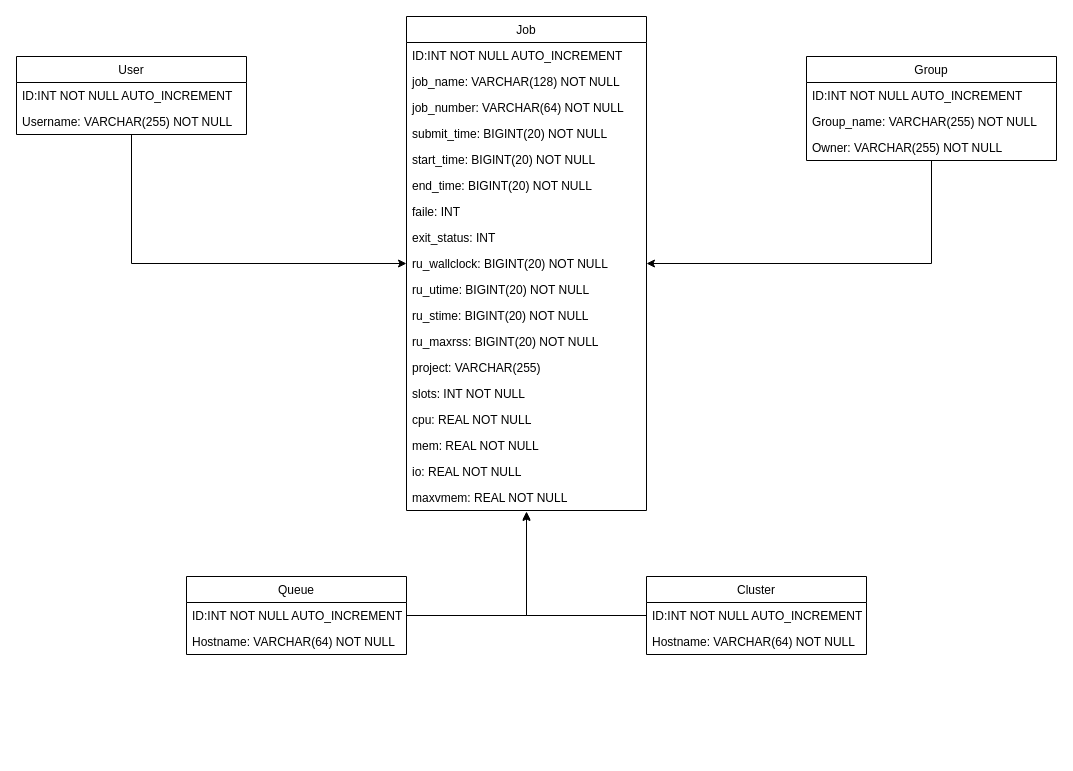
This is Untitled Diagram.drawio from ltaulell/ChartAccounting, a draw.io file, before an edit. Source tidied: cells renumbered, new cells numbered last; positions are measured from the earlier drawing's top-left corner, leaving out a move shared by most shapes. Both pictures are drawn from the tidied source at 100%, with x=0, y=0 at pixel (16, 16).
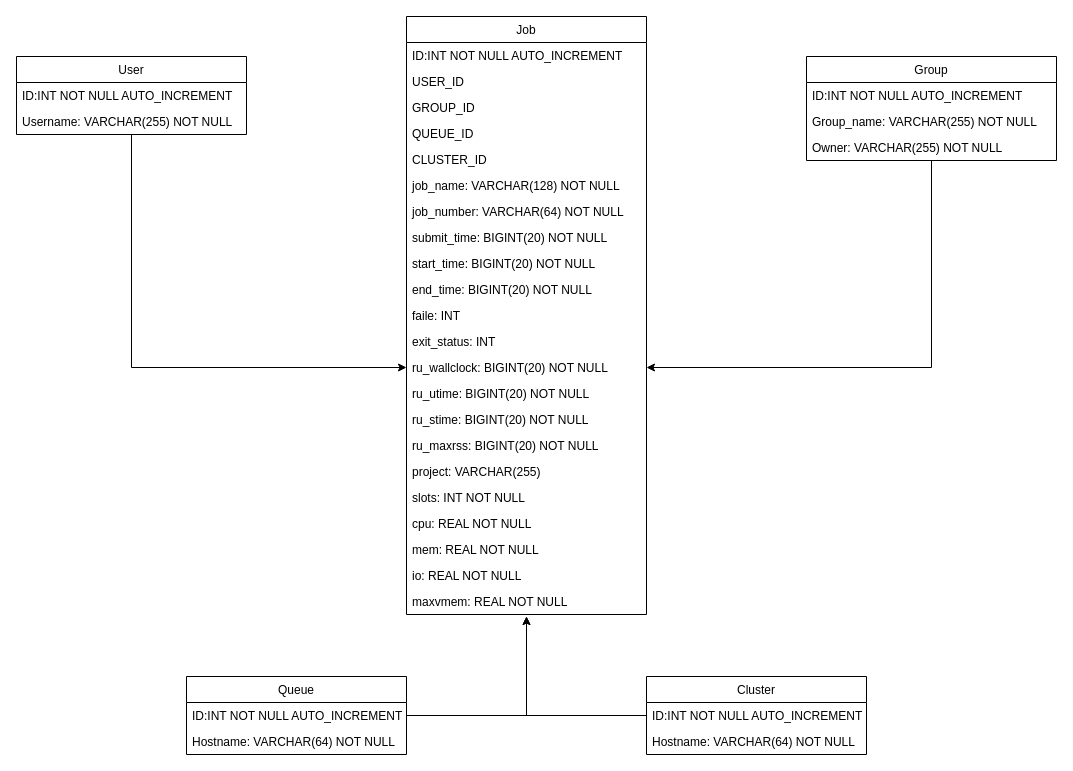
After the change.

The change refers to these unchanged cells:
```xml
<mxCell id="31" value="ID:INT NOT NULL AUTO_INCREMENT" style="text;strokeColor=none;fillColor=none;align=left;verticalAlign=top;spacingLeft=4;spacingRight=4;overflow=hidden;points=[[0,0.5],[1,0.5]];portConstraint=eastwest;" parent="30" vertex="1">
  <mxGeometry y="26" width="220" height="26" as="geometry" />
</mxCell>
<mxCell id="34" value="ID:INT NOT NULL AUTO_INCREMENT" style="text;strokeColor=none;fillColor=none;align=left;verticalAlign=top;spacingLeft=4;spacingRight=4;overflow=hidden;points=[[0,0.5],[1,0.5]];portConstraint=eastwest;" parent="33" vertex="1">
  <mxGeometry y="26" width="220" height="26" as="geometry" />
</mxCell>
```

Change to the diagram source:
```diff
@@
     <mxCell id="2" value="Job" style="swimlane;fontStyle=0;horizontal=1;startSize=26;fillColor=none;" parent="1" vertex="1">
-      <mxGeometry x="390" width="240" height="494" as="geometry" />
+      <mxGeometry x="390" width="240" height="598" as="geometry" />
     </mxCell>
@@
+    <mxCell id="38" value="USER_ID" style="text;strokeColor=none;fillColor=none;align=left;verticalAlign=top;spacingLeft=4;spacingRight=4;overflow=hidden;" parent="2" vertex="1">
+      <mxGeometry y="52" width="240" height="26" as="geometry" />
+    </mxCell>
+    <mxCell id="39" value="GROUP_ID" style="text;strokeColor=none;fillColor=none;align=left;verticalAlign=top;spacingLeft=4;spacingRight=4;overflow=hidden;" parent="2" vertex="1">
+      <mxGeometry y="78" width="240" height="26" as="geometry" />
+    </mxCell>
+    <mxCell id="40" value="QUEUE_ID" style="text;strokeColor=none;fillColor=none;align=left;verticalAlign=top;spacingLeft=4;spacingRight=4;overflow=hidden;" parent="2" vertex="1">
+      <mxGeometry y="104" width="240" height="26" as="geometry" />
+    </mxCell>
+    <mxCell id="41" value="CLUSTER_ID" style="text;strokeColor=none;fillColor=none;align=left;verticalAlign=top;spacingLeft=4;spacingRight=4;overflow=hidden;" parent="2" vertex="1">
+      <mxGeometry y="130" width="240" height="26" as="geometry" />
+    </mxCell>
     <mxCell id="4" value="job_name: VARCHAR(128) NOT NULL " style="text;strokeColor=none;fillColor=none;align=left;verticalAlign=top;spacingLeft=4;spacingRight=4;overflow=hidden;" parent="2" vertex="1">
-      <mxGeometry y="52" width="240" height="26" as="geometry" />
+      <mxGeometry y="156" width="240" height="26" as="geometry" />
     </mxCell>
     <mxCell id="5" value="job_number: VARCHAR(64) NOT NULL " style="text;strokeColor=none;fillColor=none;align=left;verticalAlign=top;spacingLeft=4;spacingRight=4;overflow=hidden;" parent="2" vertex="1">
-      <mxGeometry y="78" width="240" height="26" as="geometry" />
+      <mxGeometry y="182" width="240" height="26" as="geometry" />
     </mxCell>
     <mxCell id="6" value="submit_time: BIGINT(20) NOT NULL " style="text;strokeColor=none;fillColor=none;align=left;verticalAlign=top;spacingLeft=4;spacingRight=4;overflow=hidden;" parent="2" vertex="1">
-      <mxGeometry y="104" width="240" height="26" as="geometry" />
+      <mxGeometry y="208" width="240" height="26" as="geometry" />
     </mxCell>
     <mxCell id="7" value="start_time: BIGINT(20) NOT NULL " style="text;strokeColor=none;fillColor=none;align=left;verticalAlign=top;spacingLeft=4;spacingRight=4;overflow=hidden;" parent="2" vertex="1">
-      <mxGeometry y="130" width="240" height="26" as="geometry" />
+      <mxGeometry y="234" width="240" height="26" as="geometry" />
     </mxCell>
     <mxCell id="8" value="end_time: BIGINT(20) NOT NULL " style="text;strokeColor=none;fillColor=none;align=left;verticalAlign=top;spacingLeft=4;spacingRight=4;overflow=hidden;" parent="2" vertex="1">
-      <mxGeometry y="156" width="240" height="26" as="geometry" />
+      <mxGeometry y="260" width="240" height="26" as="geometry" />
     </mxCell>
     <mxCell id="9" value="faile: INT" style="text;strokeColor=none;fillColor=none;align=left;verticalAlign=top;spacingLeft=4;spacingRight=4;overflow=hidden;" parent="2" vertex="1">
-      <mxGeometry y="182" width="240" height="26" as="geometry" />
+      <mxGeometry y="286" width="240" height="26" as="geometry" />
     </mxCell>
     <mxCell id="10" value="exit_status: INT " style="text;strokeColor=none;fillColor=none;align=left;verticalAlign=top;spacingLeft=4;spacingRight=4;overflow=hidden;" parent="2" vertex="1">
-      <mxGeometry y="208" width="240" height="26" as="geometry" />
+      <mxGeometry y="312" width="240" height="26" as="geometry" />
     </mxCell>
     <mxCell id="11" value="ru_wallclock: BIGINT(20) NOT NULL" style="text;strokeColor=none;fillColor=none;align=left;verticalAlign=top;spacingLeft=4;spacingRight=4;overflow=hidden;points=[[0,0.5],[1,0.5]];portConstraint=eastwest;" parent="2" vertex="1">
-      <mxGeometry y="234" width="240" height="26" as="geometry" />
+      <mxGeometry y="338" width="240" height="26" as="geometry" />
     </mxCell>
     <mxCell id="12" value="ru_utime: BIGINT(20) NOT NULL " style="text;strokeColor=none;fillColor=none;align=left;verticalAlign=top;spacingLeft=4;spacingRight=4;overflow=hidden;" parent="2" vertex="1">
-      <mxGeometry y="260" width="240" height="26" as="geometry" />
+      <mxGeometry y="364" width="240" height="26" as="geometry" />
     </mxCell>
     <mxCell id="13" value="ru_stime: BIGINT(20) NOT NULL " style="text;strokeColor=none;fillColor=none;align=left;verticalAlign=top;spacingLeft=4;spacingRight=4;overflow=hidden;" parent="2" vertex="1">
-      <mxGeometry y="286" width="240" height="26" as="geometry" />
+      <mxGeometry y="390" width="240" height="26" as="geometry" />
     </mxCell>
     <mxCell id="14" value="ru_maxrss: BIGINT(20) NOT NULL " style="text;strokeColor=none;fillColor=none;align=left;verticalAlign=top;spacingLeft=4;spacingRight=4;overflow=hidden;" parent="2" vertex="1">
-      <mxGeometry y="312" width="240" height="26" as="geometry" />
+      <mxGeometry y="416" width="240" height="26" as="geometry" />
     </mxCell>
     <mxCell id="15" value="project: VARCHAR(255) " style="text;strokeColor=none;fillColor=none;align=left;verticalAlign=top;spacingLeft=4;spacingRight=4;overflow=hidden;" parent="2" vertex="1">
-      <mxGeometry y="338" width="240" height="26" as="geometry" />
+      <mxGeometry y="442" width="240" height="26" as="geometry" />
     </mxCell>
     <mxCell id="16" value="slots: INT NOT NULL " style="text;strokeColor=none;fillColor=none;align=left;verticalAlign=top;spacingLeft=4;spacingRight=4;overflow=hidden;" parent="2" vertex="1">
-      <mxGeometry y="364" width="240" height="26" as="geometry" />
+      <mxGeometry y="468" width="240" height="26" as="geometry" />
     </mxCell>
     <mxCell id="17" value="cpu: REAL NOT NULL " style="text;strokeColor=none;fillColor=none;align=left;verticalAlign=top;spacingLeft=4;spacingRight=4;overflow=hidden;" parent="2" vertex="1">
-      <mxGeometry y="390" width="240" height="26" as="geometry" />
+      <mxGeometry y="494" width="240" height="26" as="geometry" />
     </mxCell>
     <mxCell id="18" value="mem: REAL NOT NULL&#10; " style="text;strokeColor=none;fillColor=none;align=left;verticalAlign=top;spacingLeft=4;spacingRight=4;overflow=hidden;" parent="2" vertex="1">
-      <mxGeometry y="416" width="240" height="26" as="geometry" />
+      <mxGeometry y="520" width="240" height="26" as="geometry" />
     </mxCell>
     <mxCell id="19" value="io: REAL NOT NULL " style="text;strokeColor=none;fillColor=none;align=left;verticalAlign=top;spacingLeft=4;spacingRight=4;overflow=hidden;" parent="2" vertex="1">
-      <mxGeometry y="442" width="240" height="26" as="geometry" />
+      <mxGeometry y="546" width="240" height="26" as="geometry" />
     </mxCell>
     <mxCell id="20" value="maxvmem: REAL NOT NULL " style="text;strokeColor=none;fillColor=none;align=left;verticalAlign=top;spacingLeft=4;spacingRight=4;overflow=hidden;points=[[0,0.5],[1,0.5]];portConstraint=eastwest;" parent="2" vertex="1">
-      <mxGeometry y="468" width="240" height="26" as="geometry" />
+      <mxGeometry y="572" width="240" height="26" as="geometry" />
     </mxCell>
@@
     <mxCell id="30" value="Queue" style="swimlane;fontStyle=0;horizontal=1;startSize=26;fillColor=none;" parent="1" vertex="1">
-      <mxGeometry x="170" y="560" width="220" height="78" as="geometry" />
+      <mxGeometry x="170" y="660" width="220" height="78" as="geometry" />
     </mxCell>
@@
     <mxCell id="33" value="Cluster" style="swimlane;fontStyle=0;horizontal=1;startSize=26;fillColor=none;" parent="1" vertex="1">
-      <mxGeometry x="630" y="560" width="220" height="78" as="geometry" />
+      <mxGeometry x="630" y="660" width="220" height="78" as="geometry" />
     </mxCell>
@@
     <mxCell id="36" style="edgeStyle=orthogonalEdgeStyle;rounded=0;jettySize=auto;html=1;" parent="1" edge="1" source="31">
       <mxGeometry relative="1" as="geometry">
-        <mxPoint x="510" y="495" as="targetPoint" />
+        <mxPoint x="510" y="600" as="targetPoint" />
         <Array as="points">
-          <mxPoint x="510" y="599" />
-          <mxPoint x="510" y="495" />
+          <mxPoint x="510" y="699" />
         </Array>
       </mxGeometry>
     </mxCell>
     <mxCell id="37" style="edgeStyle=orthogonalEdgeStyle;rounded=0;jettySize=auto;html=1;entryX=0.5;entryY=1.077;entryDx=0;entryDy=0;entryPerimeter=0;" parent="1" edge="1" source="34" target="20">
       <mxGeometry relative="1" as="geometry">
         <Array as="points">
-          <mxPoint x="510" y="599" />
+          <mxPoint x="510" y="699" />
         </Array>
       </mxGeometry>
     </mxCell>
```
